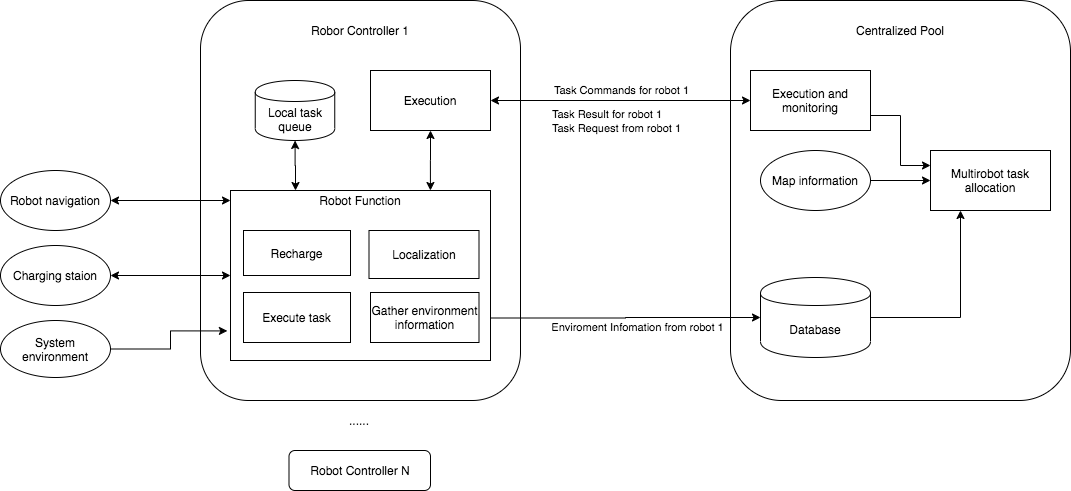
xuanjiao/master_thesis keeps this draw.io diagram as Thesis/content/images/ch3/architecture.drawio.png. Above is the earlier version. Source tidied: cells renumbered, new cells last; positions are measured from the earlier drawing's top-left corner, leaving out a move shared by most shapes.
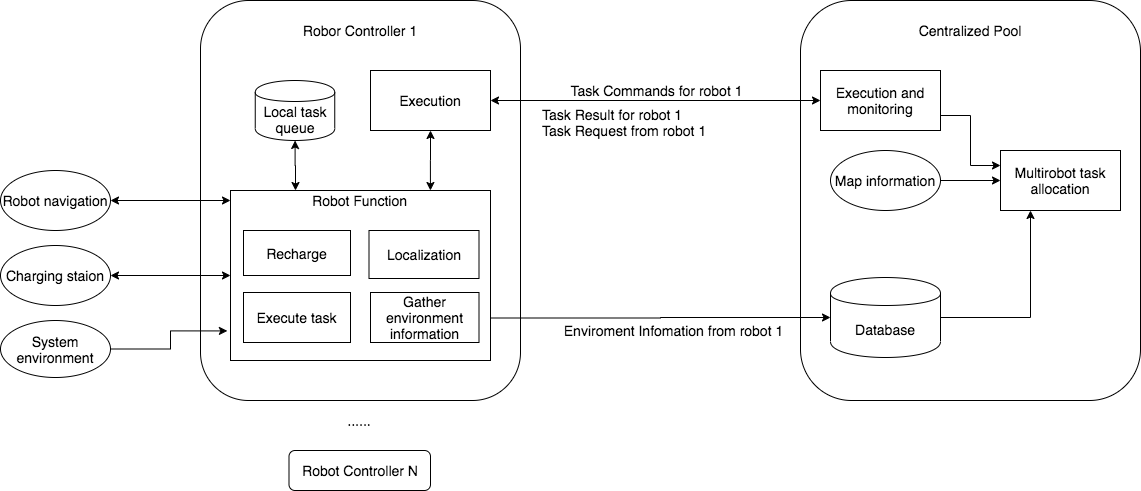
Later version of the same file.

Diff of the diagram source:
```diff
@@ -2,106 +2,108 @@
   <root>
     <mxCell id="0" />
     <mxCell id="1" parent="0" />
-    <mxCell id="2" style="rounded=1;whiteSpace=wrap;html=1;" parent="1" vertex="1">
-      <mxGeometry x="730" width="340" height="400" as="geometry" />
+    <mxCell id="2" style="rounded=1;whiteSpace=wrap;html=1;fontSize=14;" parent="1" vertex="1">
+      <mxGeometry x="800" width="340" height="400" as="geometry" />
     </mxCell>
-    <mxCell id="3" style="edgeStyle=orthogonalEdgeStyle;rounded=0;jettySize=auto;html=1;exitX=1;exitY=0.75;exitDx=0;exitDy=0;entryX=0;entryY=0.25;entryDx=0;entryDy=0;" parent="1" edge="1" source="4" target="9">
+    <mxCell id="3" style="edgeStyle=orthogonalEdgeStyle;rounded=0;jettySize=auto;html=1;exitX=1;exitY=0.75;exitDx=0;exitDy=0;entryX=0;entryY=0.25;entryDx=0;entryDy=0;fontSize=14;" parent="1" edge="1" source="4" target="9">
       <mxGeometry relative="1" as="geometry" />
     </mxCell>
-    <mxCell id="4" value="Execution and monitoring" style="rounded=0;whiteSpace=wrap;html=1;" parent="1" vertex="1">
-      <mxGeometry x="750" y="70" width="120" height="60" as="geometry" />
+    <mxCell id="4" value="Execution and monitoring" style="rounded=0;whiteSpace=wrap;html=1;fontSize=14;" parent="1" vertex="1">
+      <mxGeometry x="820" y="70" width="120" height="60" as="geometry" />
     </mxCell>
-    <mxCell id="5" style="edgeStyle=orthogonalEdgeStyle;rounded=0;jettySize=auto;html=1;" parent="1" edge="1" source="6" target="9">
+    <mxCell id="5" style="edgeStyle=orthogonalEdgeStyle;rounded=0;jettySize=auto;html=1;fontSize=14;" parent="1" edge="1" source="6" target="9">
       <mxGeometry relative="1" as="geometry" />
     </mxCell>
-    <mxCell id="6" value="&lt;span&gt;Map information&lt;/span&gt;" style="ellipse;whiteSpace=wrap;html=1;" parent="1" vertex="1">
-      <mxGeometry x="760" y="150" width="110" height="60" as="geometry" />
+    <mxCell id="6" value="&lt;span style=&quot;font-size: 14px;&quot;&gt;Map information&lt;/span&gt;" style="ellipse;whiteSpace=wrap;html=1;fontSize=14;" parent="1" vertex="1">
+      <mxGeometry x="830" y="150" width="110" height="60" as="geometry" />
     </mxCell>
-    <mxCell id="7" style="edgeStyle=orthogonalEdgeStyle;rounded=0;jettySize=auto;html=1;exitX=1;exitY=0.5;exitDx=0;exitDy=0;entryX=0.25;entryY=1;entryDx=0;entryDy=0;" parent="1" edge="1" source="8" target="9">
+    <mxCell id="7" style="edgeStyle=orthogonalEdgeStyle;rounded=0;jettySize=auto;html=1;exitX=1;exitY=0.5;exitDx=0;exitDy=0;entryX=0.25;entryY=1;entryDx=0;entryDy=0;fontSize=14;" parent="1" edge="1" source="8" target="9">
       <mxGeometry relative="1" as="geometry" />
     </mxCell>
-    <mxCell id="8" value="Database" style="shape=cylinder;whiteSpace=wrap;html=1;boundedLbl=1;backgroundOutline=1;" parent="1" vertex="1">
-      <mxGeometry x="760" y="277" width="110" height="80" as="geometry" />
+    <mxCell id="8" value="Database" style="shape=cylinder;whiteSpace=wrap;html=1;boundedLbl=1;backgroundOutline=1;fontSize=14;" parent="1" vertex="1">
+      <mxGeometry x="830" y="277" width="110" height="80" as="geometry" />
     </mxCell>
-    <mxCell id="9" value="Multirobot task allocation" style="rounded=0;whiteSpace=wrap;html=1;" parent="1" vertex="1">
-      <mxGeometry x="930" y="150" width="120" height="60" as="geometry" />
+    <mxCell id="9" value="Multirobot task allocation" style="rounded=0;whiteSpace=wrap;html=1;fontSize=14;" parent="1" vertex="1">
+      <mxGeometry x="1000" y="150" width="120" height="60" as="geometry" />
     </mxCell>
-    <mxCell id="10" value="Centralized Pool" style="text;html=1;strokeColor=none;fillColor=none;align=center;verticalAlign=middle;whiteSpace=wrap;rounded=0;" parent="1" vertex="1">
-      <mxGeometry x="840" y="20" width="120" height="20" as="geometry" />
+    <mxCell id="10" value="Centralized Pool" style="text;html=1;strokeColor=none;fillColor=none;align=center;verticalAlign=middle;whiteSpace=wrap;rounded=0;fontSize=14;" parent="1" vertex="1">
+      <mxGeometry x="910" y="20" width="120" height="20" as="geometry" />
     </mxCell>
-    <mxCell id="11" style="rounded=1;whiteSpace=wrap;html=1;" parent="1" vertex="1">
+    <mxCell id="11" style="rounded=1;whiteSpace=wrap;html=1;fontSize=14;" parent="1" vertex="1">
       <mxGeometry x="200" width="320" height="400" as="geometry" />
     </mxCell>
-    <mxCell id="12" value="Robor Controller 1" style="text;html=1;strokeColor=none;fillColor=none;align=center;verticalAlign=middle;whiteSpace=wrap;rounded=0;" parent="1" vertex="1">
+    <mxCell id="12" value="Robor Controller 1" style="text;html=1;strokeColor=none;fillColor=none;align=center;verticalAlign=middle;whiteSpace=wrap;rounded=0;fontSize=14;" parent="1" vertex="1">
       <mxGeometry x="290" y="20" width="140" height="20" as="geometry" />
     </mxCell>
-    <mxCell id="13" style="edgeStyle=orthogonalEdgeStyle;rounded=0;jettySize=auto;html=1;entryX=-0.012;entryY=0.826;entryDx=0;entryDy=0;entryPerimeter=0;" parent="1" edge="1" source="14" target="18">
+    <mxCell id="13" style="edgeStyle=orthogonalEdgeStyle;rounded=0;jettySize=auto;html=1;entryX=-0.012;entryY=0.826;entryDx=0;entryDy=0;entryPerimeter=0;fontSize=14;" parent="1" edge="1" source="14" target="18">
       <mxGeometry relative="1" as="geometry" />
     </mxCell>
-    <mxCell id="14" value="System environment" style="ellipse;whiteSpace=wrap;html=1;" parent="1" vertex="1">
+    <mxCell id="14" value="System environment" style="ellipse;whiteSpace=wrap;html=1;fontSize=14;" parent="1" vertex="1">
       <mxGeometry y="320" width="110" height="57" as="geometry" />
     </mxCell>
-    <mxCell id="15" value="&lt;font face=&quot;helvetica&quot;&gt;Enviroment Infomation from robot 1&lt;/font&gt;" style="edgeStyle=orthogonalEdgeStyle;rounded=0;jettySize=auto;html=1;startArrow=none;startFill=0;exitX=1;exitY=0.75;exitDx=0;exitDy=0;entryX=0;entryY=0.5;entryDx=0;entryDy=0;" parent="1" edge="1" source="18" target="8">
-      <mxGeometry x="0.09" y="-10" relative="1" as="geometry" />
+    <mxCell id="15" value="&lt;font face=&quot;helvetica&quot; style=&quot;font-size: 14px;&quot;&gt;Enviroment Infomation from robot 1&lt;/font&gt;" style="edgeStyle=orthogonalEdgeStyle;rounded=0;jettySize=auto;html=1;startArrow=none;startFill=0;exitX=1;exitY=0.75;exitDx=0;exitDy=0;entryX=0;entryY=0.5;entryDx=0;entryDy=0;fontSize=14;" parent="1" edge="1" source="18" target="8">
+      <mxGeometry x="0.07" y="-13" relative="1" as="geometry">
+        <mxPoint x="1" as="offset" />
+      </mxGeometry>
     </mxCell>
-    <mxCell id="16" style="edgeStyle=orthogonalEdgeStyle;rounded=0;jettySize=auto;html=1;entryX=1;entryY=0.5;entryDx=0;entryDy=0;startArrow=classic;startFill=1;" parent="1" edge="1" source="18" target="32">
+    <mxCell id="16" style="edgeStyle=orthogonalEdgeStyle;rounded=0;jettySize=auto;html=1;entryX=1;entryY=0.5;entryDx=0;entryDy=0;startArrow=classic;startFill=1;fontSize=14;" parent="1" edge="1" source="18" target="32">
       <mxGeometry relative="1" as="geometry">
         <Array as="points">
           <mxPoint x="110" y="200" />
         </Array>
       </mxGeometry>
     </mxCell>
-    <mxCell id="17" style="edgeStyle=orthogonalEdgeStyle;rounded=0;jettySize=auto;html=1;exitX=0.25;exitY=0;exitDx=0;exitDy=0;startArrow=classic;startFill=1;" parent="1" edge="1" source="18" target="33">
+    <mxCell id="17" style="edgeStyle=orthogonalEdgeStyle;rounded=0;jettySize=auto;html=1;exitX=0.25;exitY=0;exitDx=0;exitDy=0;startArrow=classic;startFill=1;fontSize=14;" parent="1" edge="1" source="18" target="33">
       <mxGeometry relative="1" as="geometry" />
     </mxCell>
-    <mxCell id="18" style="rounded=0;whiteSpace=wrap;html=1;" parent="1" vertex="1">
+    <mxCell id="18" style="rounded=0;whiteSpace=wrap;html=1;fontSize=14;" parent="1" vertex="1">
       <mxGeometry x="230" y="190" width="260" height="170" as="geometry" />
     </mxCell>
-    <mxCell id="19" value="Robot Function" style="text;html=1;strokeColor=none;fillColor=none;align=center;verticalAlign=middle;whiteSpace=wrap;rounded=0;" parent="1" vertex="1">
-      <mxGeometry x="315" y="190" width="90" height="20" as="geometry" />
+    <mxCell id="19" value="Robot Function" style="text;html=1;strokeColor=none;fillColor=none;align=center;verticalAlign=middle;whiteSpace=wrap;rounded=0;fontSize=14;" parent="1" vertex="1">
+      <mxGeometry x="286.8" y="190" width="145" height="20" as="geometry" />
     </mxCell>
-    <mxCell id="20" value="Recharge" style="rounded=0;whiteSpace=wrap;html=1;" parent="1" vertex="1">
+    <mxCell id="20" value="Recharge" style="rounded=0;whiteSpace=wrap;html=1;fontSize=14;" parent="1" vertex="1">
       <mxGeometry x="243" y="230" width="107" height="45" as="geometry" />
     </mxCell>
-    <mxCell id="21" value="Gather environment information" style="rounded=0;whiteSpace=wrap;html=1;" parent="1" vertex="1">
+    <mxCell id="21" value="Gather environment information" style="rounded=0;whiteSpace=wrap;html=1;fontSize=14;" parent="1" vertex="1">
       <mxGeometry x="370" y="292" width="108.5" height="50" as="geometry" />
     </mxCell>
-    <mxCell id="22" value="Execute task" style="rounded=0;whiteSpace=wrap;html=1;" parent="1" vertex="1">
+    <mxCell id="22" value="Execute task" style="rounded=0;whiteSpace=wrap;html=1;fontSize=14;" parent="1" vertex="1">
       <mxGeometry x="243" y="292" width="107" height="50" as="geometry" />
     </mxCell>
-    <mxCell id="23" value="Localization" style="rounded=0;whiteSpace=wrap;html=1;" parent="1" vertex="1">
+    <mxCell id="23" value="Localization" style="rounded=0;whiteSpace=wrap;html=1;fontSize=14;" parent="1" vertex="1">
       <mxGeometry x="368.5" y="230" width="110" height="48" as="geometry" />
     </mxCell>
-    <mxCell id="24" style="edgeStyle=orthogonalEdgeStyle;rounded=0;jettySize=auto;html=1;entryX=0;entryY=0.5;entryDx=0;entryDy=0;startArrow=classic;startFill=1;" parent="1" edge="1" source="25" target="18">
+    <mxCell id="24" style="edgeStyle=orthogonalEdgeStyle;rounded=0;jettySize=auto;html=1;entryX=0;entryY=0.5;entryDx=0;entryDy=0;startArrow=classic;startFill=1;fontSize=14;" parent="1" edge="1" source="25" target="18">
       <mxGeometry relative="1" as="geometry" />
     </mxCell>
-    <mxCell id="25" value="Charging staion" style="ellipse;whiteSpace=wrap;html=1;" parent="1" vertex="1">
+    <mxCell id="25" value="Charging staion" style="ellipse;whiteSpace=wrap;html=1;fontSize=14;" parent="1" vertex="1">
       <mxGeometry y="245" width="110" height="60" as="geometry" />
     </mxCell>
-    <mxCell id="26" style="edgeStyle=orthogonalEdgeStyle;rounded=0;jettySize=auto;html=1;entryX=0.769;entryY=0;entryDx=0;entryDy=0;entryPerimeter=0;startArrow=classic;startFill=1;" parent="1" edge="1" source="27" target="18">
+    <mxCell id="26" style="edgeStyle=orthogonalEdgeStyle;rounded=0;jettySize=auto;html=1;entryX=0.769;entryY=0;entryDx=0;entryDy=0;entryPerimeter=0;startArrow=classic;startFill=1;fontSize=14;" parent="1" edge="1" source="27" target="18">
       <mxGeometry relative="1" as="geometry" />
     </mxCell>
-    <mxCell id="27" value="Execution" style="rounded=0;whiteSpace=wrap;html=1;" parent="1" vertex="1">
+    <mxCell id="27" value="Execution" style="rounded=0;whiteSpace=wrap;html=1;fontSize=14;" parent="1" vertex="1">
       <mxGeometry x="370" y="70" width="120" height="60" as="geometry" />
     </mxCell>
-    <mxCell id="28" value="Task Commands for robot 1" style="edgeStyle=orthogonalEdgeStyle;rounded=0;jettySize=auto;html=1;startArrow=classic;startFill=1;" parent="1" edge="1" source="4" target="27">
+    <mxCell id="28" value="Task Commands for robot 1" style="edgeStyle=orthogonalEdgeStyle;rounded=0;jettySize=auto;html=1;startArrow=classic;startFill=1;fontSize=14;" parent="1" edge="1" source="4" target="27">
       <mxGeometry y="-10" relative="1" as="geometry">
         <mxPoint x="1" as="offset" />
       </mxGeometry>
     </mxCell>
-    <mxCell id="29" value="&lt;span style=&quot;color: rgb(0 , 0 , 0) ; font-family: &amp;#34;helvetica&amp;#34; ; font-size: 11px ; font-style: normal ; font-weight: 400 ; letter-spacing: normal ; text-align: center ; text-indent: 0px ; text-transform: none ; word-spacing: 0px ; background-color: rgb(255 , 255 , 255) ; float: none ; display: inline&quot;&gt;Task Result for robot 1&lt;br&gt;Task Request from robot 1&lt;br&gt;&lt;/span&gt;" style="text;whiteSpace=wrap;html=1;" parent="1" vertex="1">
-      <mxGeometry x="550" y="100" width="140" height="30" as="geometry" />
+    <mxCell id="29" value="&lt;span style=&quot;color: rgb(0, 0, 0); font-family: helvetica; font-size: 14px; font-style: normal; font-weight: 400; letter-spacing: normal; text-align: center; text-indent: 0px; text-transform: none; word-spacing: 0px; background-color: rgb(255, 255, 255); float: none; display: inline;&quot;&gt;Task Result for robot 1&lt;br style=&quot;font-size: 14px;&quot;&gt;Task Request from robot 1&lt;br style=&quot;font-size: 14px;&quot;&gt;&lt;/span&gt;" style="text;whiteSpace=wrap;html=1;fontSize=14;" parent="1" vertex="1">
+      <mxGeometry x="540" y="100" width="180" height="30" as="geometry" />
     </mxCell>
-    <mxCell id="30" value="Robot Controller N" style="rounded=1;whiteSpace=wrap;html=1;" parent="1" vertex="1">
+    <mxCell id="30" value="Robot Controller N" style="rounded=1;whiteSpace=wrap;html=1;fontSize=14;" parent="1" vertex="1">
       <mxGeometry x="288.5" y="450" width="141.5" height="40" as="geometry" />
     </mxCell>
-    <mxCell id="31" value="......" style="text;html=1;strokeColor=none;fillColor=none;align=center;verticalAlign=middle;whiteSpace=wrap;rounded=0;" parent="1" vertex="1">
+    <mxCell id="31" value="......" style="text;html=1;strokeColor=none;fillColor=none;align=center;verticalAlign=middle;whiteSpace=wrap;rounded=0;fontSize=14;" parent="1" vertex="1">
       <mxGeometry x="339.2" y="410" width="40" height="20" as="geometry" />
     </mxCell>
-    <mxCell id="32" value="Robot navigation" style="ellipse;whiteSpace=wrap;html=1;" parent="1" vertex="1">
+    <mxCell id="32" value="Robot navigation" style="ellipse;whiteSpace=wrap;html=1;fontSize=14;" parent="1" vertex="1">
       <mxGeometry y="170" width="110" height="60" as="geometry" />
     </mxCell>
-    <mxCell id="33" value="Local task queue" style="shape=cylinder;whiteSpace=wrap;html=1;boundedLbl=1;backgroundOutline=1;" parent="1" vertex="1">
+    <mxCell id="33" value="Local task queue" style="shape=cylinder;whiteSpace=wrap;html=1;boundedLbl=1;backgroundOutline=1;fontSize=14;" parent="1" vertex="1">
       <mxGeometry x="254.8" y="80" width="79.5" height="60" as="geometry" />
     </mxCell>
   </root>
```
